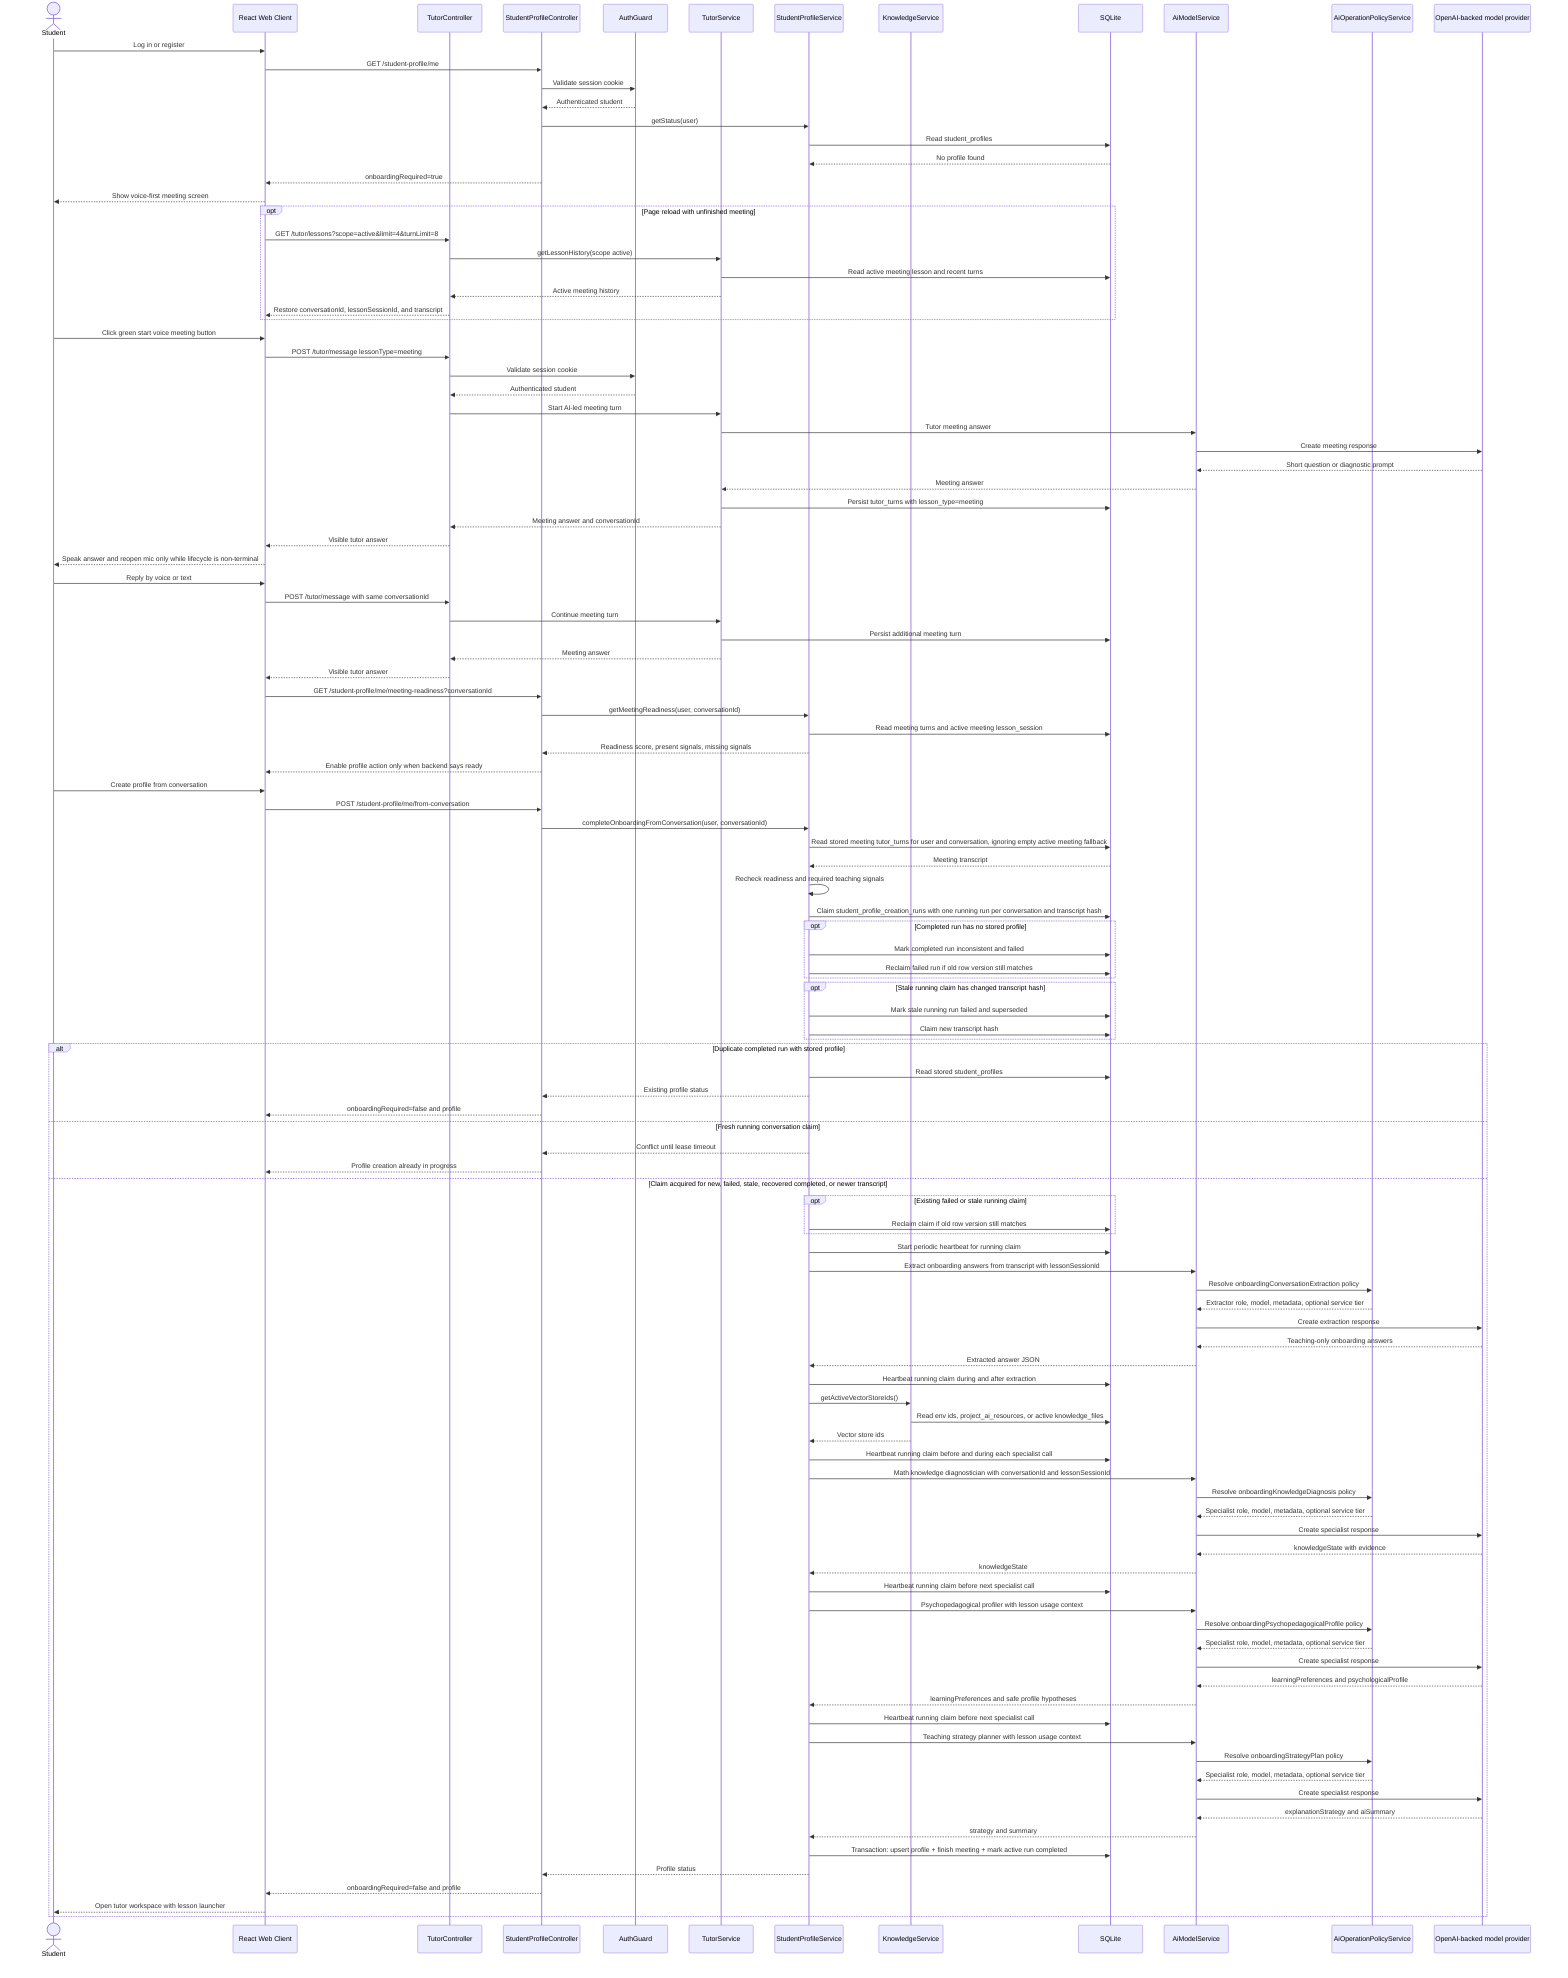
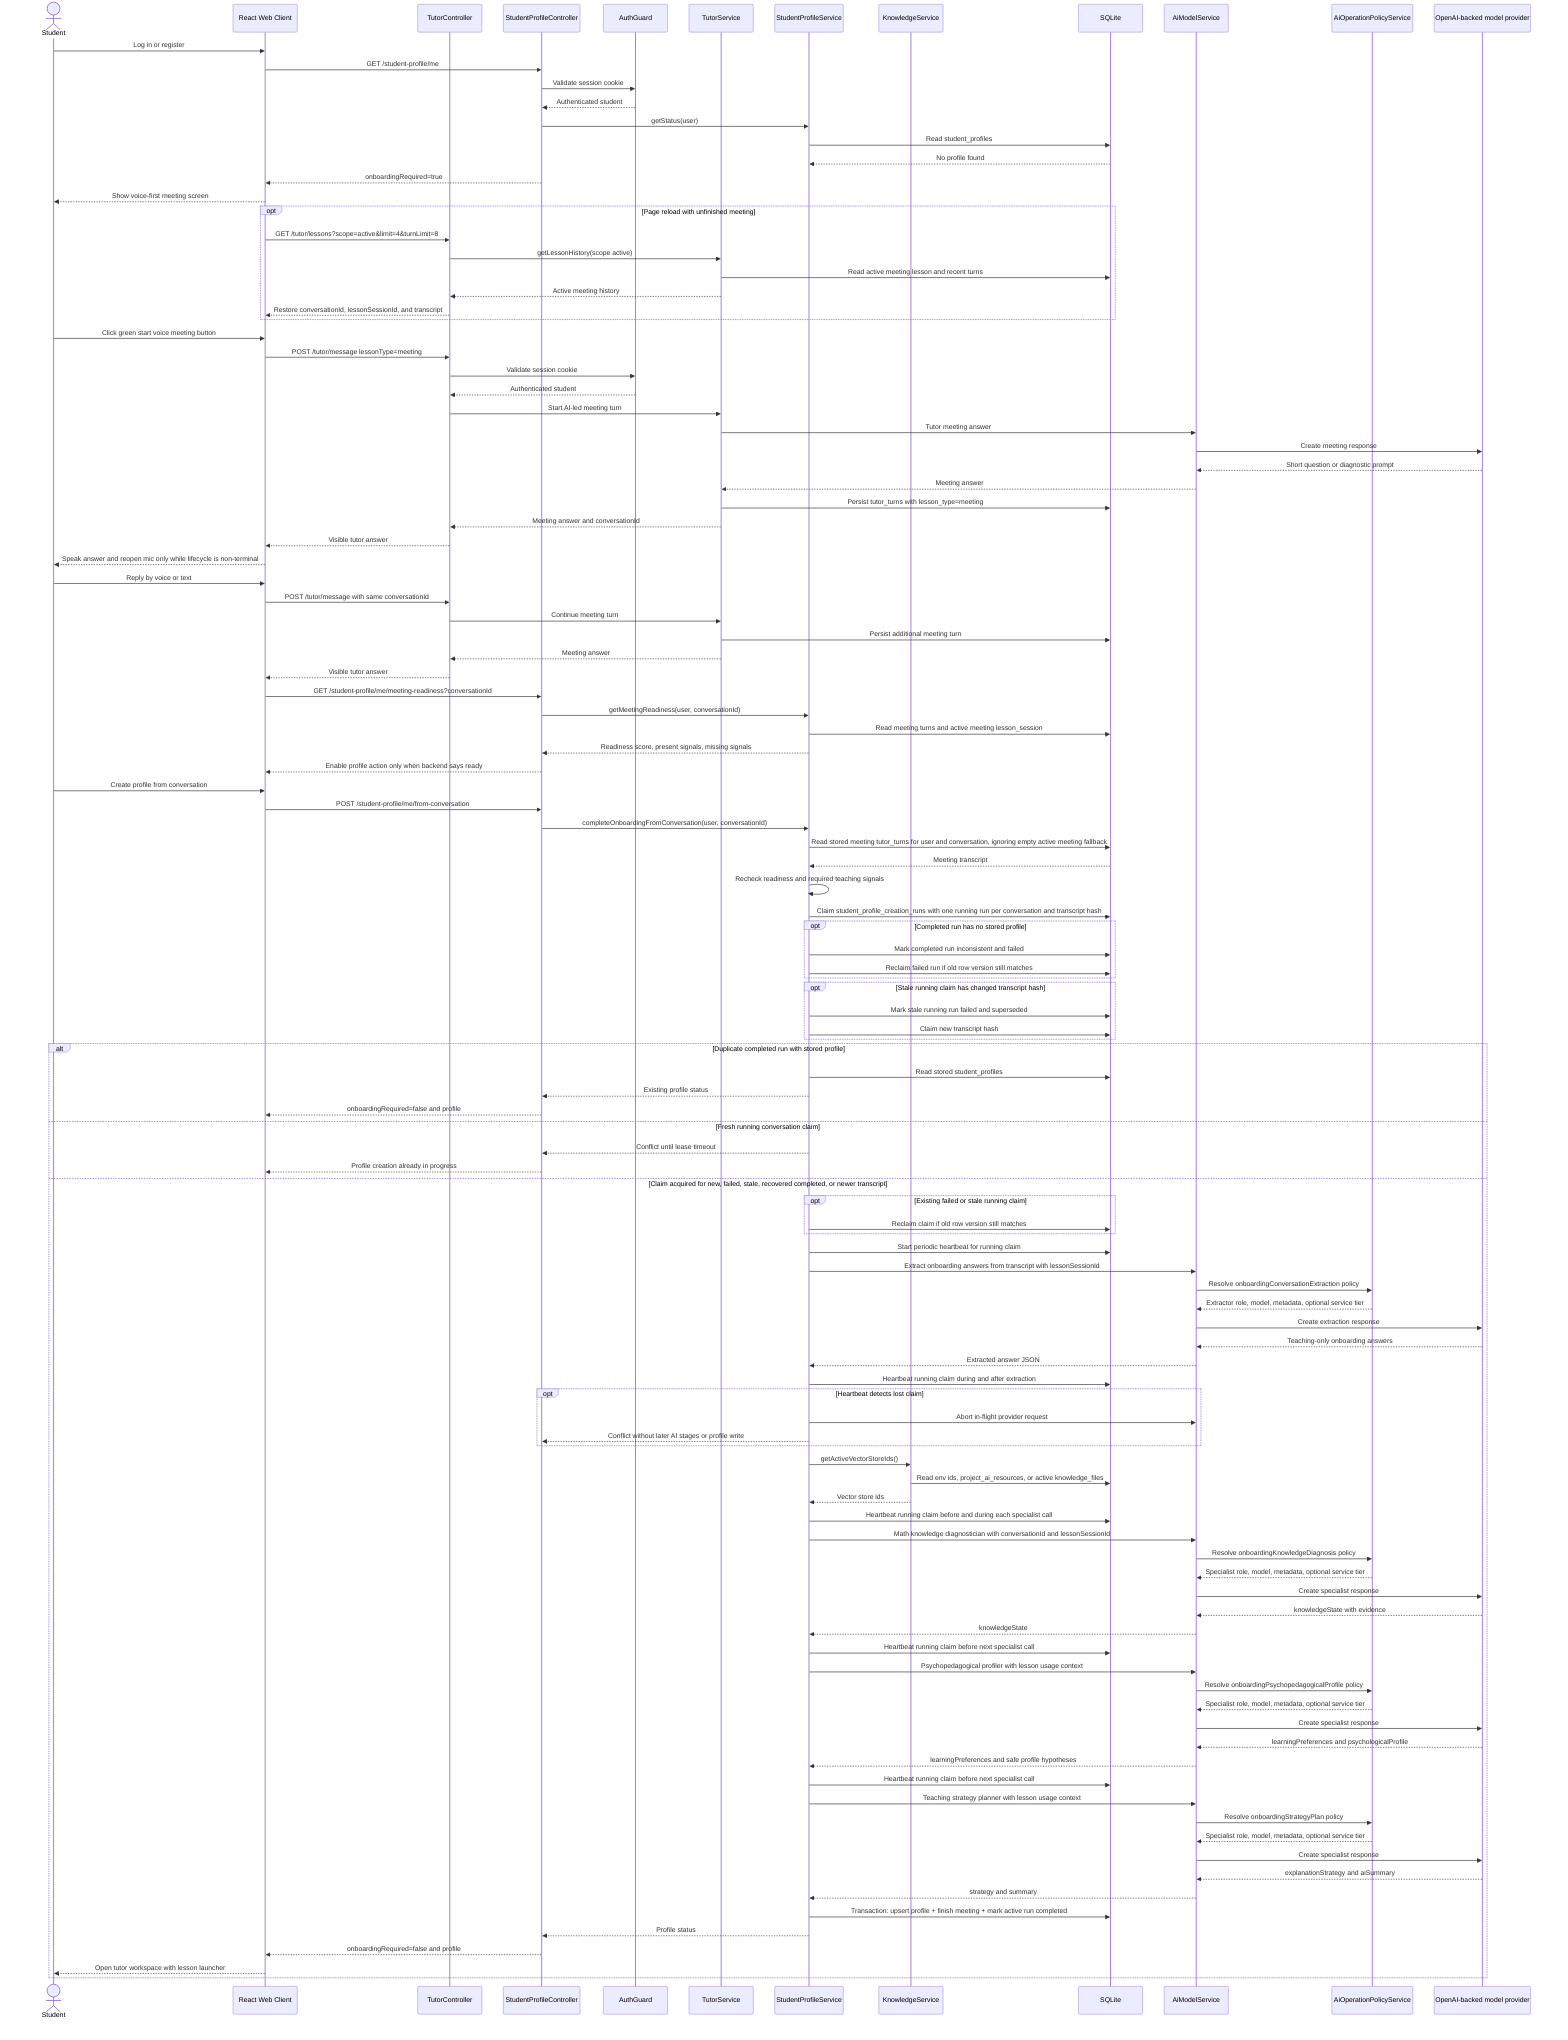
sequenceDiagram
  actor Student
  participant Web as React Web Client
  participant TutorApi as TutorController
  participant API as StudentProfileController
  participant Auth as AuthGuard
  participant Tutor as TutorService
  participant Profile as StudentProfileService
  participant Knowledge as KnowledgeService
  participant DB as SQLite
  participant AIModel as AiModelService
  participant Policy as AiOperationPolicyService
  participant OpenAI as OpenAI-backed model provider

  Student->>Web: Log in or register
  Web->>API: GET /student-profile/me
  API->>Auth: Validate session cookie
  Auth-->>API: Authenticated student
  API->>Profile: getStatus(user)
  Profile->>DB: Read student_profiles
  DB-->>Profile: No profile found
  API-->>Web: onboardingRequired=true
  Web-->>Student: Show voice-first meeting screen
  opt Page reload with unfinished meeting
    Web->>TutorApi: GET /tutor/lessons?scope=active&limit=4&turnLimit=8
    TutorApi->>Tutor: getLessonHistory(scope active)
    Tutor->>DB: Read active meeting lesson and recent turns
    Tutor-->>TutorApi: Active meeting history
    TutorApi-->>Web: Restore conversationId, lessonSessionId, and transcript
  end
  Student->>Web: Click green start voice meeting button
  Web->>TutorApi: POST /tutor/message lessonType=meeting
  TutorApi->>Auth: Validate session cookie
  Auth-->>TutorApi: Authenticated student
  TutorApi->>Tutor: Start AI-led meeting turn
  Tutor->>AIModel: Tutor meeting answer
  AIModel->>OpenAI: Create meeting response
  OpenAI-->>AIModel: Short question or diagnostic prompt
  AIModel-->>Tutor: Meeting answer
  Tutor->>DB: Persist tutor_turns with lesson_type=meeting
  Tutor-->>TutorApi: Meeting answer and conversationId
  TutorApi-->>Web: Visible tutor answer
  Web-->>Student: Speak answer and reopen mic only while lifecycle is non-terminal
  Student->>Web: Reply by voice or text
  Web->>TutorApi: POST /tutor/message with same conversationId
  TutorApi->>Tutor: Continue meeting turn
  Tutor->>DB: Persist additional meeting turn
  Tutor-->>TutorApi: Meeting answer
  TutorApi-->>Web: Visible tutor answer
  Web->>API: GET /student-profile/me/meeting-readiness?conversationId
  API->>Profile: getMeetingReadiness(user, conversationId)
  Profile->>DB: Read meeting turns and active meeting lesson_session
  Profile-->>API: Readiness score, present signals, missing signals
  API-->>Web: Enable profile action only when backend says ready
  Student->>Web: Create profile from conversation
  Web->>API: POST /student-profile/me/from-conversation
  API->>Profile: completeOnboardingFromConversation(user, conversationId)
  Profile->>DB: Read stored meeting tutor_turns for user and conversation, ignoring empty active meeting fallback
  DB-->>Profile: Meeting transcript
  Profile->>Profile: Recheck readiness and required teaching signals
  Profile->>DB: Claim student_profile_creation_runs with one running run per conversation and transcript hash
  opt Completed run has no stored profile
    Profile->>DB: Mark completed run inconsistent and failed
    Profile->>DB: Reclaim failed run if old row version still matches
  end
  opt Stale running claim has changed transcript hash
    Profile->>DB: Mark stale running run failed and superseded
    Profile->>DB: Claim new transcript hash
  end
  alt Duplicate completed run with stored profile
    Profile->>DB: Read stored student_profiles
    Profile-->>API: Existing profile status
    API-->>Web: onboardingRequired=false and profile
  else Fresh running conversation claim
    Profile-->>API: Conflict until lease timeout
    API-->>Web: Profile creation already in progress
  else Claim acquired for new, failed, stale, recovered completed, or newer transcript
    opt Existing failed or stale running claim
      Profile->>DB: Reclaim claim if old row version still matches
    end
    Profile->>DB: Start periodic heartbeat for running claim
    Profile->>AIModel: Extract onboarding answers from transcript with lessonSessionId
    AIModel->>Policy: Resolve onboardingConversationExtraction policy
    Policy-->>AIModel: Extractor role, model, metadata, optional service tier
    AIModel->>OpenAI: Create extraction response
    OpenAI-->>AIModel: Teaching-only onboarding answers
    AIModel-->>Profile: Extracted answer JSON
    Profile->>DB: Heartbeat running claim during and after extraction
+     opt Heartbeat detects lost claim
+       Profile->>AIModel: Abort in-flight provider request
+       Profile-->>API: Conflict without later AI stages or profile write
+     end
    Profile->>Knowledge: getActiveVectorStoreIds()
    Knowledge->>DB: Read env ids, project_ai_resources, or active knowledge_files
    Knowledge-->>Profile: Vector store ids
    Profile->>DB: Heartbeat running claim before and during each specialist call
    Profile->>AIModel: Math knowledge diagnostician with conversationId and lessonSessionId
    AIModel->>Policy: Resolve onboardingKnowledgeDiagnosis policy
    Policy-->>AIModel: Specialist role, model, metadata, optional service tier
    AIModel->>OpenAI: Create specialist response
    OpenAI-->>AIModel: knowledgeState with evidence
    AIModel-->>Profile: knowledgeState
    Profile->>DB: Heartbeat running claim before next specialist call
    Profile->>AIModel: Psychopedagogical profiler with lesson usage context
    AIModel->>Policy: Resolve onboardingPsychopedagogicalProfile policy
    Policy-->>AIModel: Specialist role, model, metadata, optional service tier
    AIModel->>OpenAI: Create specialist response
    OpenAI-->>AIModel: learningPreferences and psychologicalProfile
    AIModel-->>Profile: learningPreferences and safe profile hypotheses
    Profile->>DB: Heartbeat running claim before next specialist call
    Profile->>AIModel: Teaching strategy planner with lesson usage context
    AIModel->>Policy: Resolve onboardingStrategyPlan policy
    Policy-->>AIModel: Specialist role, model, metadata, optional service tier
    AIModel->>OpenAI: Create specialist response
    OpenAI-->>AIModel: explanationStrategy and aiSummary
    AIModel-->>Profile: strategy and summary
    Profile->>DB: Transaction: upsert profile + finish meeting + mark active run completed
    Profile-->>API: Profile status
    API-->>Web: onboardingRequired=false and profile
    Web-->>Student: Open tutor workspace with lesson launcher
  end
